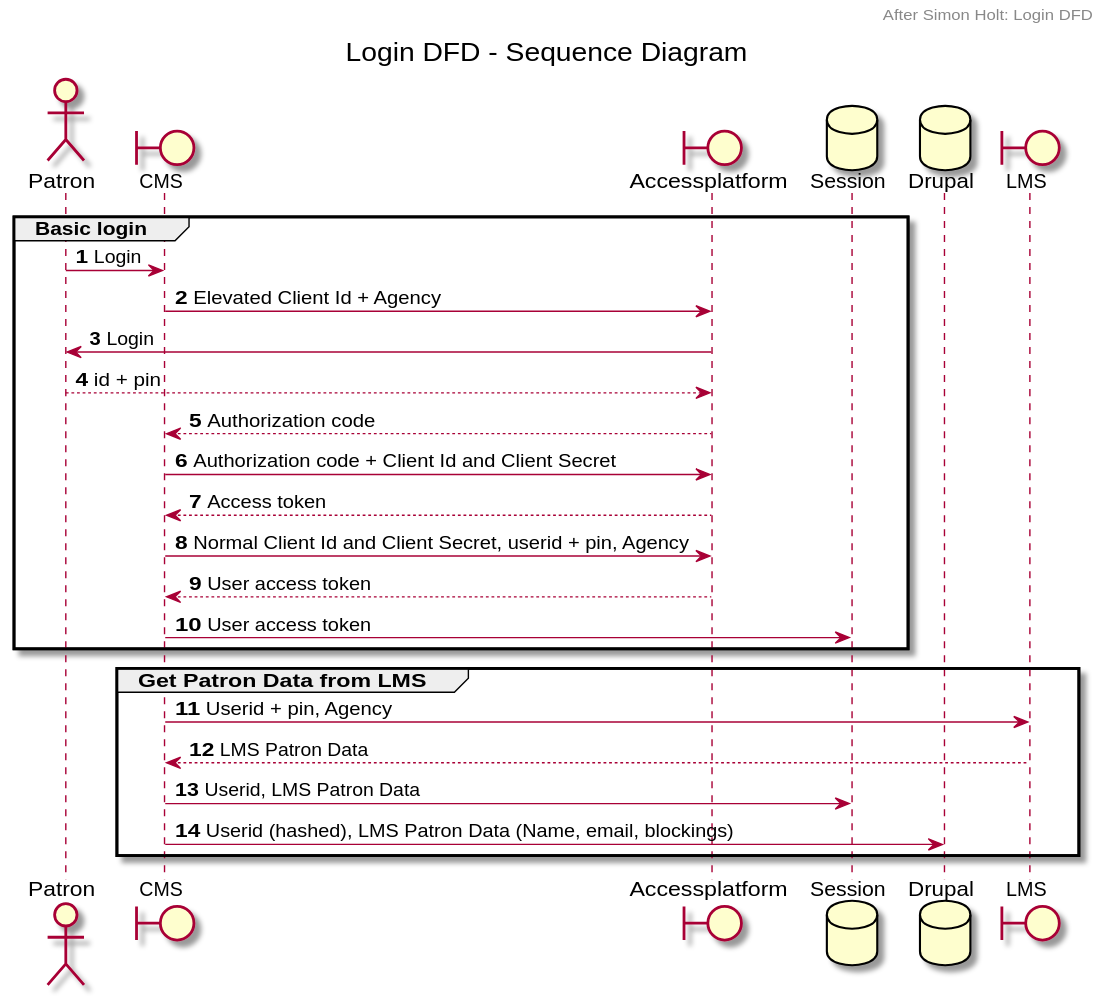
Above: docs/login-dfd.svg in danskernesdigitalebibliotek/plantuml (PlantUML), before the change. Its diagram source:
```plantuml
@startuml
autonumber

title Login DFD - Sequence Diagram
header After Simon Holt: Login DFD

actor "Patron" as USER
boundary CMS
boundary Accessplatform as AP

database "Session" as SESSION
database "Drupal" as DRUPAL
boundary LMS

group Basic login

USER -> CMS: Login
CMS -> AP: Elevated Client Id + Agency
AP -> USER: Login
AP <-- USER: id + pin
CMS <-- AP: Authorization code

CMS -> AP: Authorization code + Client Id and Client Secret
CMS <-- AP: Access token


CMS -> AP: Normal Client Id and Client Secret, userid + pin, Agency
CMS <-- AP: User access token

CMS -> SESSION: User access token

end

group Get Patron Data from LMS

CMS -> LMS: Userid + pin, Agency
CMS <-- LMS: LMS Patron Data

CMS -> SESSION: Userid, LMS Patron Data

CMS -> DRUPAL: Userid (hashed), LMS Patron Data (Name, email, blockings)


end
@enduml
```
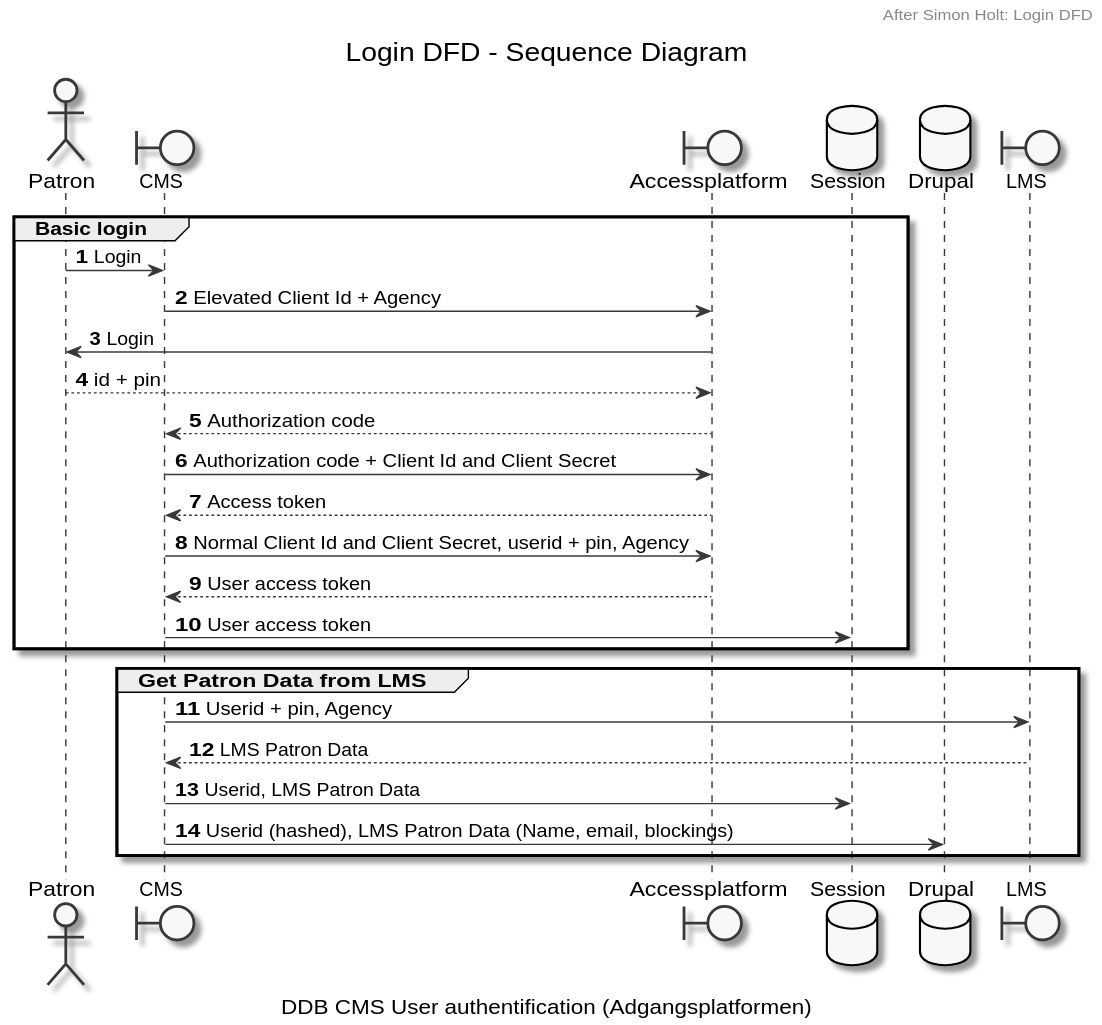
Later version of the same file.

What changed in the source:
```diff
@@ -1,8 +1,10 @@
 @startuml
-autonumber
-
 title Login DFD - Sequence Diagram
 header After Simon Holt: Login DFD
+caption DDB CMS User authentification (Adgangsplatformen)
+
+skinparam monochrome true
+autonumber
 
 actor "Patron" as USER
 boundary CMS
```
